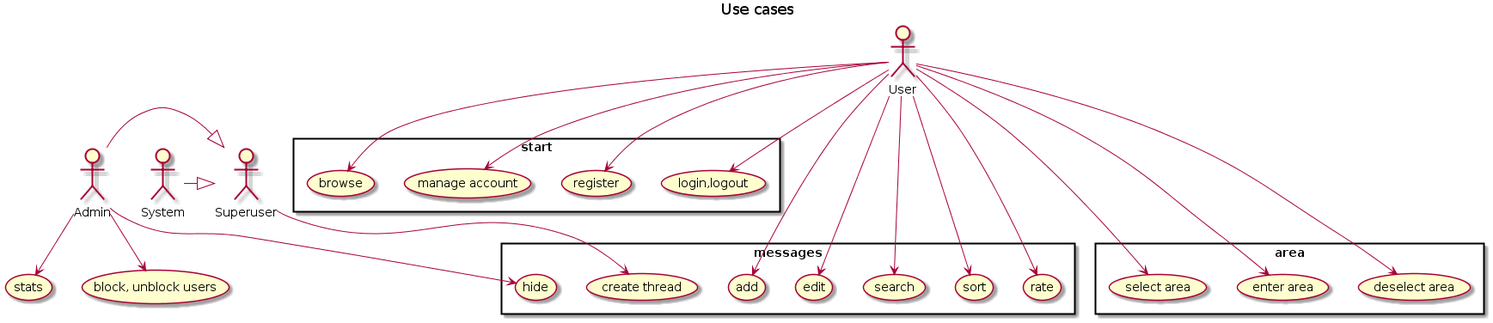
Earlier version of the PlantUML export Project/Doc/Analysis/use_cases.png (ZiggyMaes/NMCT-Server-Side-Applications). Source of this version:
```plantuml
@startuml
title Use cases


:User:
:Admin: -|> Superuser
:System: -|> Superuser
rectangle start {
User --> (login,logout)
User --> (register)
User --> (manage account)
User --> (browse)
}

rectangle area{
User ---> (select area)
User ---> (enter area)
User ---> (deselect area)
}

rectangle messages{
User ---> (add)
User ---> (edit)
User ---> (search)
User ---> (sort)
User ---> (rate)
Superuser --> (create thread)
Admin --> (hide)
}

Admin --> (stats)
Admin --> (block, unblock users)
@enduml
```
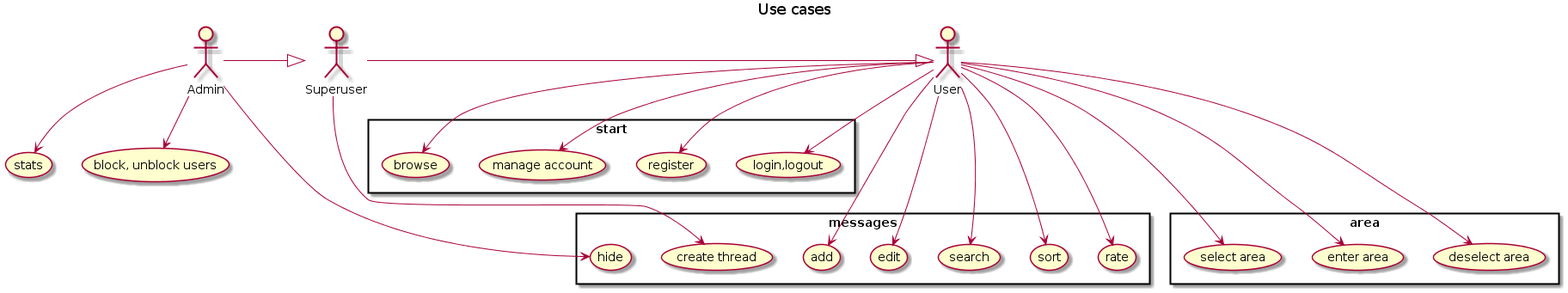
Above is the later version.

Commit message:
Use case patch: admin inherits from superuser, superuser inherits from user. System is no longer mentioned.

The edit, as a diff of the source:
```diff
@@ -4,7 +4,7 @@
 
 :User:
 :Admin: -|> Superuser
-:System: -|> Superuser
+:Superuser: -|> User
 rectangle start {
 User --> (login,logout)
 User --> (register)
```
